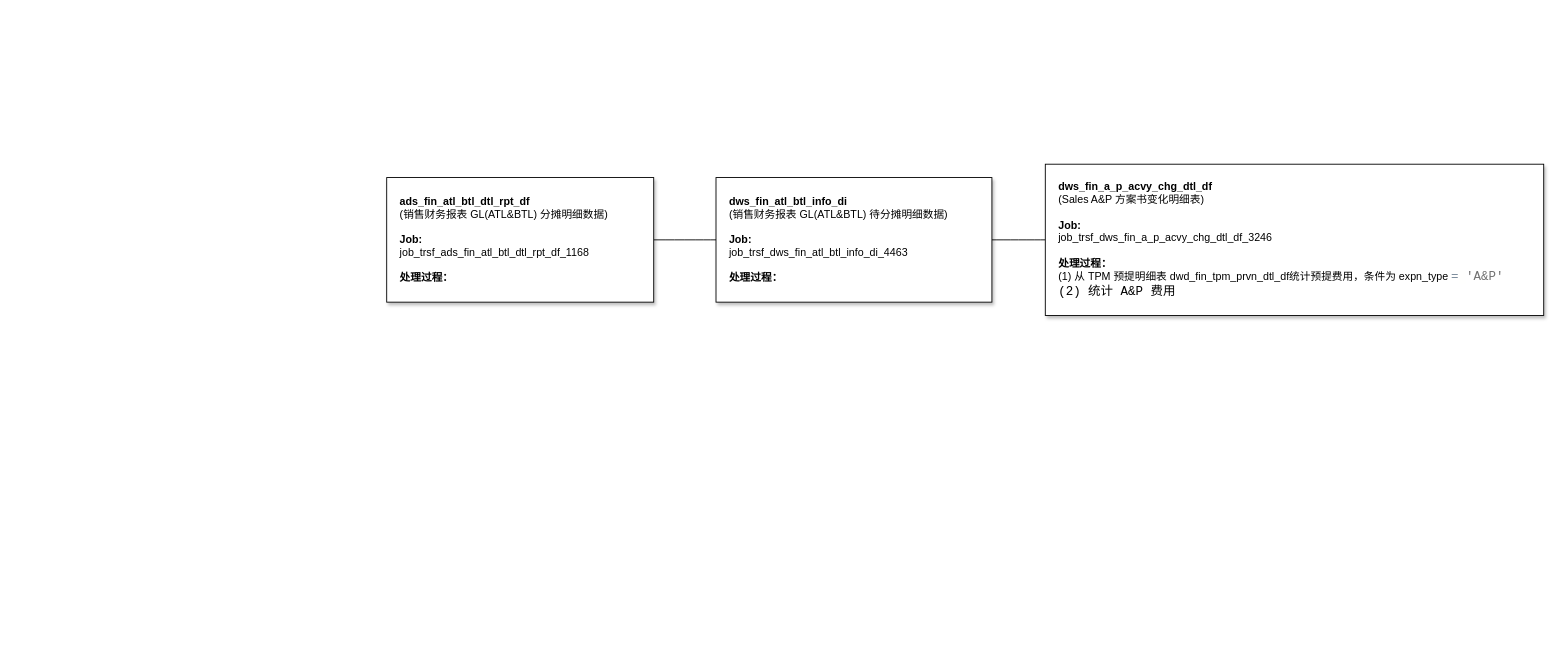
Earlier version of the draw.io diagram vitasoy-fin-atlAndBtl.drawio (fsJerryChan/fsJerryChan). Source tidied: cells renumbered, new cells numbered last; positions are measured from the earlier drawing's top-left corner, leaving out a move shared by most shapes. Both pictures are drawn from the tidied source at 89%, with x=0, y=0 at pixel (386, 164).
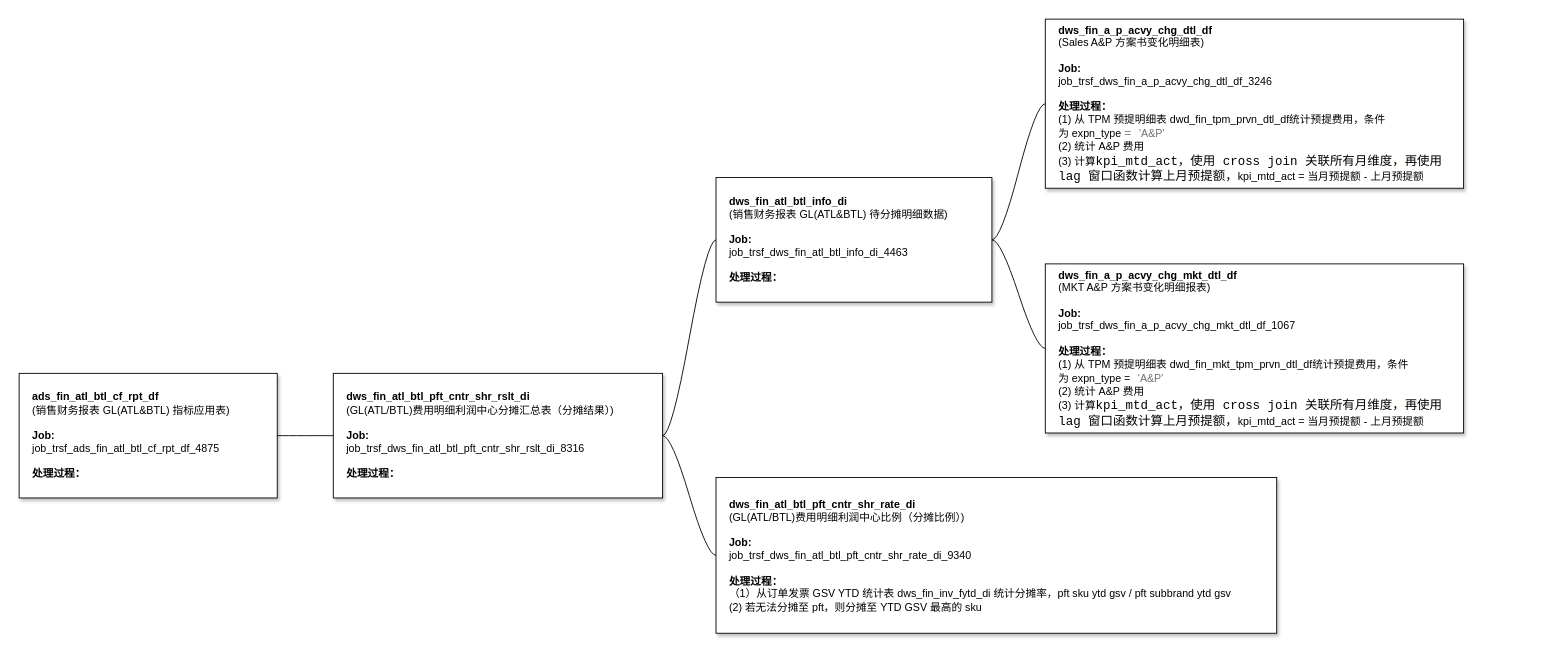
The same page after the edit.

What changed in the source:
```diff
@@
 <mxGraphModel>
   <root>
     <mxCell id="0" />
     <mxCell id="1" parent="0" />
-    <mxCell id="2" style="edgeStyle=entityRelationEdgeStyle;rounded=0;jettySize=auto;html=1;startArrow=none;endArrow=none;segment=10;curved=1;sourcePerimeterSpacing=0;targetPerimeterSpacing=0;" parent="1" edge="1" source="3" target="5">
-      <mxGeometry relative="1" as="geometry" />
-    </mxCell>
-    <mxCell id="3" value="&lt;b&gt;ads_fin_atl_btl_dtl_rpt_df&lt;/b&gt;&lt;br&gt;(销售财务报表 GL(ATL&amp;amp;BTL) 分摊明细数据)&lt;br&gt;&lt;br&gt;&lt;b&gt;Job:&lt;br&gt;&lt;/b&gt;job_trsf_ads_fin_atl_btl_dtl_rpt_df_1168&lt;br&gt;&lt;br&gt;&lt;b&gt;处理过程：&lt;/b&gt;" style="whiteSpace=wrap;html=1;rounded=0;arcSize=50;align=left;verticalAlign=middle;strokeWidth=1;spacing=15;newEdgeStyle={&quot;edgeStyle&quot;:&quot;entityRelationEdgeStyle&quot;,&quot;startArrow&quot;:&quot;none&quot;,&quot;endArrow&quot;:&quot;none&quot;,&quot;segment&quot;:10,&quot;curved&quot;:1,&quot;sourcePerimeterSpacing&quot;:0,&quot;targetPerimeterSpacing&quot;:0};shadow=1;" parent="1" vertex="1">
-      <mxGeometry y="15" width="300" height="140" as="geometry" />
-    </mxCell>
     <mxCell id="4" style="edgeStyle=entityRelationEdgeStyle;rounded=0;jettySize=auto;html=1;startArrow=none;endArrow=none;segment=10;curved=1;sourcePerimeterSpacing=0;targetPerimeterSpacing=0;" parent="1" edge="1" source="5" target="6">
       <mxGeometry relative="1" as="geometry" />
     </mxCell>
+    <mxCell id="7" style="edgeStyle=entityRelationEdgeStyle;rounded=0;jettySize=auto;html=1;startArrow=none;endArrow=none;segment=10;curved=1;sourcePerimeterSpacing=0;targetPerimeterSpacing=0;" parent="1" edge="1" source="5" target="8">
+      <mxGeometry relative="1" as="geometry" />
+    </mxCell>
     <mxCell id="5" value="&lt;b&gt;dws_fin_atl_btl_info_di&lt;/b&gt;&lt;br&gt;(销售财务报表 GL(ATL&amp;amp;BTL) 待分摊明细数据)&lt;br&gt;&lt;br&gt;&lt;b&gt;Job:&lt;br&gt;&lt;/b&gt;job_trsf_dws_fin_atl_btl_info_di_4463&lt;br&gt;&lt;br&gt;&lt;b&gt;处理过程：&lt;/b&gt;" style="whiteSpace=wrap;html=1;rounded=0;arcSize=50;align=left;verticalAlign=middle;strokeWidth=1;spacing=15;newEdgeStyle={&quot;edgeStyle&quot;:&quot;entityRelationEdgeStyle&quot;,&quot;startArrow&quot;:&quot;none&quot;,&quot;endArrow&quot;:&quot;none&quot;,&quot;segment&quot;:10,&quot;curved&quot;:1,&quot;sourcePerimeterSpacing&quot;:0,&quot;targetPerimeterSpacing&quot;:0};shadow=1;" parent="1" vertex="1">
       <mxGeometry x="370" y="15" width="310" height="140" as="geometry" />
     </mxCell>
-    <mxCell id="6" value="&lt;b&gt;dws_fin_a_p_acvy_chg_dtl_df&lt;/b&gt;&lt;br&gt;(Sales A&amp;amp;P 方案书变化明细表)&lt;br&gt;&lt;br&gt;&lt;b&gt;Job:&lt;br&gt;&lt;/b&gt;job_trsf_dws_fin_a_p_acvy_chg_dtl_df_3246&lt;br&gt;&lt;br&gt;&lt;b&gt;处理过程：&lt;/b&gt;&lt;br&gt;(1) 从 TPM 预提明细表&amp;nbsp;dwd_fin_tpm_prvn_dtl_df统计预提费用，条件为&amp;nbsp;expn_type&amp;nbsp;&lt;span style=&quot;font-family: Consolas, &amp;quot;Courier New&amp;quot;, monospace; font-size: 14px; color: rgb(119, 136, 153);&quot;&gt;=&lt;/span&gt;&lt;span style=&quot;background-color: rgb(255, 255, 254); font-family: Consolas, &amp;quot;Courier New&amp;quot;, monospace; font-size: 14px;&quot;&gt;&amp;nbsp;&lt;/span&gt;&lt;span style=&quot;font-family: Consolas, &amp;quot;Courier New&amp;quot;, monospace; font-size: 14px;&quot;&gt;&lt;font color=&quot;#707070&quot;&gt;'A&amp;amp;P'&lt;/font&gt;&lt;br&gt;(2) 统计 A&amp;amp;P 费用&lt;br&gt;&lt;/span&gt;" style="whiteSpace=wrap;html=1;rounded=0;arcSize=50;align=left;verticalAlign=middle;strokeWidth=1;spacing=15;newEdgeStyle={&quot;edgeStyle&quot;:&quot;entityRelationEdgeStyle&quot;,&quot;startArrow&quot;:&quot;none&quot;,&quot;endArrow&quot;:&quot;none&quot;,&quot;segment&quot;:10,&quot;curved&quot;:1,&quot;sourcePerimeterSpacing&quot;:0,&quot;targetPerimeterSpacing&quot;:0};shadow=1;" parent="1" vertex="1">
-      <mxGeometry x="740" width="560" height="170" as="geometry" />
+    <mxCell id="6" value="&lt;b&gt;dws_fin_a_p_acvy_chg_dtl_df&lt;/b&gt;&lt;br&gt;(Sales A&amp;amp;P 方案书变化明细表)&lt;br&gt;&lt;br&gt;&lt;b&gt;Job:&lt;br&gt;&lt;/b&gt;job_trsf_dws_fin_a_p_acvy_chg_dtl_df_3246&lt;br&gt;&lt;br&gt;&lt;b&gt;处理过程：&lt;/b&gt;&lt;br&gt;(1) 从 TPM 预提明细表&amp;nbsp;dwd_fin_tpm_prvn_dtl_df统计预提费用，条件为&amp;nbsp;expn_type&amp;nbsp;&lt;span style=&quot;font-family: Consolas, &amp;quot;Courier New&amp;quot;, monospace; font-size: 14px; color: rgb(119, 136, 153);&quot;&gt;=&lt;/span&gt;&lt;span style=&quot;background-color: rgb(255, 255, 254); font-family: Consolas, &amp;quot;Courier New&amp;quot;, monospace; font-size: 14px;&quot;&gt;&amp;nbsp;&lt;/span&gt;&lt;font color=&quot;#707070&quot;&gt;'A&amp;amp;P'&lt;/font&gt;&lt;br&gt;(2) 统计 A&amp;amp;P 费用&lt;br&gt;(3) 计算&lt;span style=&quot;background-color: rgb(255, 255, 254); font-family: Consolas, &amp;quot;Courier New&amp;quot;, monospace; font-size: 14px;&quot;&gt;kpi_mtd_act，使用 cross join 关联所有月维度，再使用 lag 窗口函数计算上月预提额，&lt;/span&gt;kpi_mtd_act = 当月预提额 - 上月预提额" style="whiteSpace=wrap;html=1;rounded=0;arcSize=50;align=left;verticalAlign=middle;strokeWidth=1;spacing=15;newEdgeStyle={&quot;edgeStyle&quot;:&quot;entityRelationEdgeStyle&quot;,&quot;startArrow&quot;:&quot;none&quot;,&quot;endArrow&quot;:&quot;none&quot;,&quot;segment&quot;:10,&quot;curved&quot;:1,&quot;sourcePerimeterSpacing&quot;:0,&quot;targetPerimeterSpacing&quot;:0};shadow=1;" parent="1" vertex="1">
+      <mxGeometry x="740" y="-163" width="470" height="190" as="geometry" />
     </mxCell>
+    <mxCell id="8" value="&lt;b&gt;dws_fin_a_p_acvy_chg_mkt_dtl_df&lt;/b&gt;&lt;br&gt;(MKT A&amp;amp;P 方案书变化明细报表)&lt;br&gt;&lt;br&gt;&lt;b&gt;Job:&lt;br&gt;&lt;/b&gt;job_trsf_dws_fin_a_p_acvy_chg_mkt_dtl_df_1067&lt;br&gt;&lt;br&gt;&lt;b&gt;处理过程：&lt;br&gt;&lt;/b&gt;(1) 从 TPM 预提明细表&amp;nbsp;dwd_fin_mkt_tpm_prvn_dtl_df统计预提费用，条件为&amp;nbsp;expn_type&amp;nbsp;=&lt;span style=&quot;border-color: var(--border-color); background-color: rgb(255, 255, 254); font-family: Consolas, &amp;quot;Courier New&amp;quot;, monospace; font-size: 14px;&quot;&gt;&amp;nbsp;&lt;/span&gt;&lt;font style=&quot;border-color: var(--border-color);&quot; color=&quot;#707070&quot;&gt;'A&amp;amp;P'&lt;/font&gt;&lt;br style=&quot;border-color: var(--border-color);&quot;&gt;(2) 统计 A&amp;amp;P 费用&lt;br style=&quot;border-color: var(--border-color);&quot;&gt;(3) 计算&lt;span style=&quot;border-color: var(--border-color); background-color: rgb(255, 255, 254); font-family: Consolas, &amp;quot;Courier New&amp;quot;, monospace; font-size: 14px;&quot;&gt;kpi_mtd_act，使用 cross join 关联所有月维度，再使用 lag 窗口函数计算上月预提额，&lt;/span&gt;kpi_mtd_act = 当月预提额 - 上月预提额&lt;b&gt;&lt;br&gt;&lt;/b&gt;" style="whiteSpace=wrap;html=1;rounded=0;arcSize=50;align=left;verticalAlign=middle;strokeWidth=1;spacing=15;newEdgeStyle={&quot;edgeStyle&quot;:&quot;entityRelationEdgeStyle&quot;,&quot;startArrow&quot;:&quot;none&quot;,&quot;endArrow&quot;:&quot;none&quot;,&quot;segment&quot;:10,&quot;curved&quot;:1,&quot;sourcePerimeterSpacing&quot;:0,&quot;targetPerimeterSpacing&quot;:0};shadow=1;" parent="1" vertex="1">
+      <mxGeometry x="740" y="112" width="470" height="190" as="geometry" />
+    </mxCell>
+    <mxCell id="9" style="edgeStyle=entityRelationEdgeStyle;rounded=0;jettySize=auto;html=1;startArrow=none;endArrow=none;segment=10;curved=1;sourcePerimeterSpacing=0;targetPerimeterSpacing=0;" parent="1" edge="1" source="10" target="14">
+      <mxGeometry relative="1" as="geometry" />
+    </mxCell>
+    <mxCell id="10" value="&lt;b&gt;ads_fin_atl_btl_cf_rpt_df&lt;/b&gt;&lt;br&gt;(销售财务报表 GL(ATL&amp;amp;BTL) 指标应用表)&lt;br&gt;&lt;br&gt;&lt;b&gt;Job:&lt;br&gt;&lt;/b&gt;job_trsf_ads_fin_atl_btl_cf_rpt_df_4875&lt;br&gt;&lt;br&gt;&lt;b&gt;处理过程：&lt;/b&gt;" style="whiteSpace=wrap;html=1;rounded=0;arcSize=50;align=left;verticalAlign=middle;strokeWidth=1;spacing=15;newEdgeStyle={&quot;edgeStyle&quot;:&quot;entityRelationEdgeStyle&quot;,&quot;startArrow&quot;:&quot;none&quot;,&quot;endArrow&quot;:&quot;none&quot;,&quot;segment&quot;:10,&quot;curved&quot;:1,&quot;sourcePerimeterSpacing&quot;:0,&quot;targetPerimeterSpacing&quot;:0};shadow=1;" parent="1" vertex="1">
+      <mxGeometry x="-413" y="235" width="290" height="140" as="geometry" />
+    </mxCell>
+    <mxCell id="11" value="&lt;b&gt;dws_fin_atl_btl_pft_cntr_shr_rate_di&lt;/b&gt;&lt;br&gt;(GL(ATL/BTL)费用明细利润中心比例（分摊比例）)&lt;br&gt;&lt;br&gt;&lt;b&gt;Job:&lt;br&gt;&lt;/b&gt;job_trsf_dws_fin_atl_btl_pft_cntr_shr_rate_di_9340&lt;br&gt;&lt;br&gt;&lt;b&gt;处理过程：&lt;/b&gt;&lt;br&gt;（1）从订单发票 GSV YTD 统计表 dws_fin_inv_fytd_di 统计分摊率，pft sku ytd gsv / pft subbrand ytd gsv&lt;br&gt;(2) 若无法分摊至 pft，则分摊至 YTD GSV 最高的 sku" style="whiteSpace=wrap;html=1;rounded=0;arcSize=50;align=left;verticalAlign=middle;strokeWidth=1;spacing=15;newEdgeStyle={&quot;edgeStyle&quot;:&quot;entityRelationEdgeStyle&quot;,&quot;startArrow&quot;:&quot;none&quot;,&quot;endArrow&quot;:&quot;none&quot;,&quot;segment&quot;:10,&quot;curved&quot;:1,&quot;sourcePerimeterSpacing&quot;:0,&quot;targetPerimeterSpacing&quot;:0};shadow=1;" parent="1" vertex="1">
+      <mxGeometry x="370" y="352" width="630" height="175" as="geometry" />
+    </mxCell>
+    <mxCell id="12" style="edgeStyle=entityRelationEdgeStyle;rounded=0;jettySize=auto;html=1;startArrow=none;endArrow=none;segment=10;curved=1;sourcePerimeterSpacing=0;targetPerimeterSpacing=0;entryX=0;entryY=0.5;entryDx=0;entryDy=0;" parent="1" edge="1" source="14" target="5">
+      <mxGeometry relative="1" as="geometry">
+        <Array as="points">
+          <mxPoint x="360" y="457" />
+        </Array>
+      </mxGeometry>
+    </mxCell>
+    <mxCell id="13" style="edgeStyle=entityRelationEdgeStyle;rounded=0;jettySize=auto;html=1;startArrow=none;endArrow=none;segment=10;curved=1;sourcePerimeterSpacing=0;targetPerimeterSpacing=0;entryX=0;entryY=0.5;entryDx=0;entryDy=0;" parent="1" edge="1" source="14" target="11">
+      <mxGeometry relative="1" as="geometry" />
+    </mxCell>
+    <mxCell id="14" value="&lt;b&gt;dws_fin_atl_btl_pft_cntr_shr_rslt_di&lt;/b&gt;&lt;br&gt;(GL(ATL/BTL)费用明细利润中心分摊汇总表（分摊结果）)&lt;br&gt;&lt;br&gt;&lt;b&gt;Job:&lt;br&gt;&lt;/b&gt;job_trsf_dws_fin_atl_btl_pft_cntr_shr_rslt_di_8316&lt;br&gt;&lt;br&gt;&lt;b&gt;处理过程：&lt;/b&gt;" style="whiteSpace=wrap;html=1;rounded=0;arcSize=50;align=left;verticalAlign=middle;strokeWidth=1;spacing=15;newEdgeStyle={&quot;edgeStyle&quot;:&quot;entityRelationEdgeStyle&quot;,&quot;startArrow&quot;:&quot;none&quot;,&quot;endArrow&quot;:&quot;none&quot;,&quot;segment&quot;:10,&quot;curved&quot;:1,&quot;sourcePerimeterSpacing&quot;:0,&quot;targetPerimeterSpacing&quot;:0};shadow=1;" parent="1" vertex="1">
+      <mxGeometry x="-60" y="235" width="370" height="140" as="geometry" />
+    </mxCell>
   </root>
 </mxGraphModel>
```
